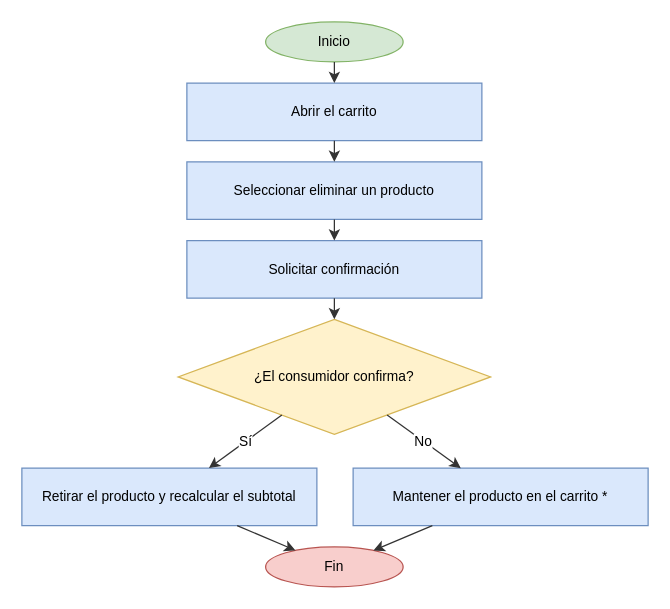
Before: page "HU-011 · Eliminar ítem" (13 of 23) of docs/sena/diagramas/AgroConecta_Diagramas_de_Flujo.drawio in diegomorelohenao-dot/Ducument_Agroconecta, a draw.io diagram. Source tidied: cells renumbered, new cells numbered last; positions are measured from the earlier drawing's top-left corner, leaving out a move shared by most shapes. Both pictures are drawn from the tidied source at 125%, with x=0, y=0 at pixel (21, 21).
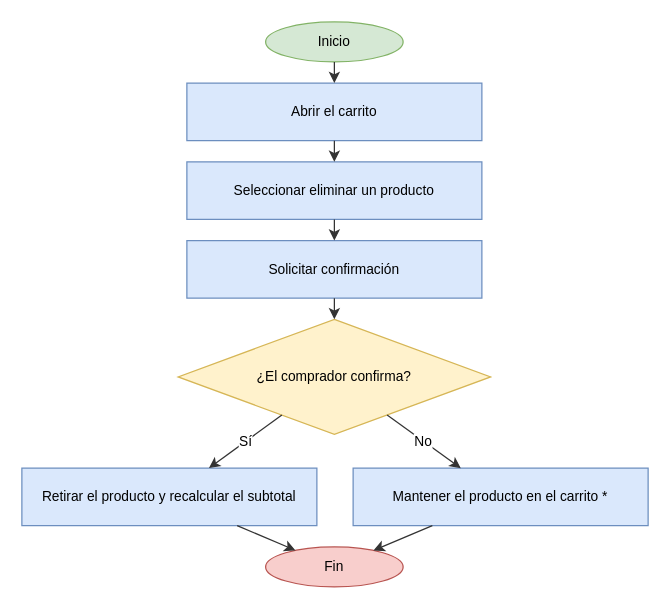
The same diagram, later.

Commit message (it also covers changes not shown here):
docs: unificar 'comprador' en los diagramas de flujo (HU-033 Calificar al comprador)

Diff of the diagram source:
```diff
@@
 <mxGraphModel>
   <root>
     <mxCell id="0" />
     <mxCell id="1" parent="0" />
     <mxCell id="2" value="Inicio" style="ellipse;whiteSpace=wrap;html=1;fillColor=#d5e8d4;strokeColor=#82b366;fontSize=11;" parent="1" vertex="1">
       <mxGeometry x="195" width="110" height="32" as="geometry" />
     </mxCell>
     <mxCell id="3" value="Abrir el carrito" style="rounded=0;whiteSpace=wrap;html=1;fillColor=#dae8fc;strokeColor=#6c8ebf;fontSize=11;" parent="1" vertex="1">
       <mxGeometry x="132" y="49" width="236" height="46" as="geometry" />
     </mxCell>
     <mxCell id="4" value="Seleccionar eliminar un producto" style="rounded=0;whiteSpace=wrap;html=1;fillColor=#dae8fc;strokeColor=#6c8ebf;fontSize=11;" parent="1" vertex="1">
       <mxGeometry x="132" y="112" width="236" height="46" as="geometry" />
     </mxCell>
     <mxCell id="5" value="Solicitar confirmación" style="rounded=0;whiteSpace=wrap;html=1;fillColor=#dae8fc;strokeColor=#6c8ebf;fontSize=11;" parent="1" vertex="1">
       <mxGeometry x="132" y="175" width="236" height="46" as="geometry" />
     </mxCell>
-    <mxCell id="6" value="¿El consumidor confirma?" style="rhombus;whiteSpace=wrap;html=1;fillColor=#fff2cc;strokeColor=#d6b656;fontSize=11;" parent="1" vertex="1">
+    <mxCell id="6" value="¿El comprador confirma?" style="rhombus;whiteSpace=wrap;html=1;fillColor=#fff2cc;strokeColor=#d6b656;fontSize=11;" parent="1" vertex="1">
       <mxGeometry x="125" y="238" width="250" height="92" as="geometry" />
     </mxCell>
     <mxCell id="7" value="Retirar el producto y recalcular el subtotal" style="rounded=0;whiteSpace=wrap;html=1;fillColor=#dae8fc;strokeColor=#6c8ebf;fontSize=11;" parent="1" vertex="1">
       <mxGeometry y="357" width="236" height="46" as="geometry" />
     </mxCell>
     <mxCell id="8" value="Mantener el producto en el carrito *" style="rounded=0;whiteSpace=wrap;html=1;fillColor=#dae8fc;strokeColor=#6c8ebf;fontSize=11;" parent="1" vertex="1">
       <mxGeometry x="265" y="357" width="236" height="46" as="geometry" />
     </mxCell>
     <mxCell id="9" value="Fin" style="ellipse;whiteSpace=wrap;html=1;fillColor=#f8cecc;strokeColor=#b85450;fontSize=11;" parent="1" vertex="1">
       <mxGeometry x="195" y="420" width="110" height="32" as="geometry" />
     </mxCell>
     <mxCell id="10" style="endArrow=classic;html=1;rounded=0;edgeStyle=none;strokeColor=#333333;fontSize=11;labelBackgroundColor=#ffffff;" parent="1" edge="1" source="2" target="3">
       <mxGeometry relative="1" as="geometry" />
     </mxCell>
     <mxCell id="11" style="endArrow=classic;html=1;rounded=0;edgeStyle=none;strokeColor=#333333;fontSize=11;labelBackgroundColor=#ffffff;" parent="1" edge="1" source="3" target="4">
       <mxGeometry relative="1" as="geometry" />
     </mxCell>
     <mxCell id="12" style="endArrow=classic;html=1;rounded=0;edgeStyle=none;strokeColor=#333333;fontSize=11;labelBackgroundColor=#ffffff;" parent="1" edge="1" source="4" target="5">
       <mxGeometry relative="1" as="geometry" />
     </mxCell>
     <mxCell id="13" style="endArrow=classic;html=1;rounded=0;edgeStyle=none;strokeColor=#333333;fontSize=11;labelBackgroundColor=#ffffff;" parent="1" edge="1" source="5" target="6">
       <mxGeometry relative="1" as="geometry" />
     </mxCell>
     <mxCell id="14" value="Sí" style="endArrow=classic;html=1;rounded=0;edgeStyle=none;strokeColor=#333333;fontSize=11;labelBackgroundColor=#ffffff;" parent="1" edge="1" source="6" target="7">
       <mxGeometry relative="1" as="geometry" />
     </mxCell>
     <mxCell id="15" value="No" style="endArrow=classic;html=1;rounded=0;edgeStyle=none;strokeColor=#333333;fontSize=11;labelBackgroundColor=#ffffff;" parent="1" edge="1" source="6" target="8">
       <mxGeometry relative="1" as="geometry" />
     </mxCell>
     <mxCell id="16" style="endArrow=classic;html=1;rounded=0;edgeStyle=none;strokeColor=#333333;fontSize=11;labelBackgroundColor=#ffffff;" parent="1" edge="1" source="7" target="9">
       <mxGeometry relative="1" as="geometry" />
     </mxCell>
     <mxCell id="17" style="endArrow=classic;html=1;rounded=0;edgeStyle=none;strokeColor=#333333;fontSize=11;labelBackgroundColor=#ffffff;" parent="1" edge="1" source="8" target="9">
       <mxGeometry relative="1" as="geometry" />
     </mxCell>
   </root>
 </mxGraphModel>
```
